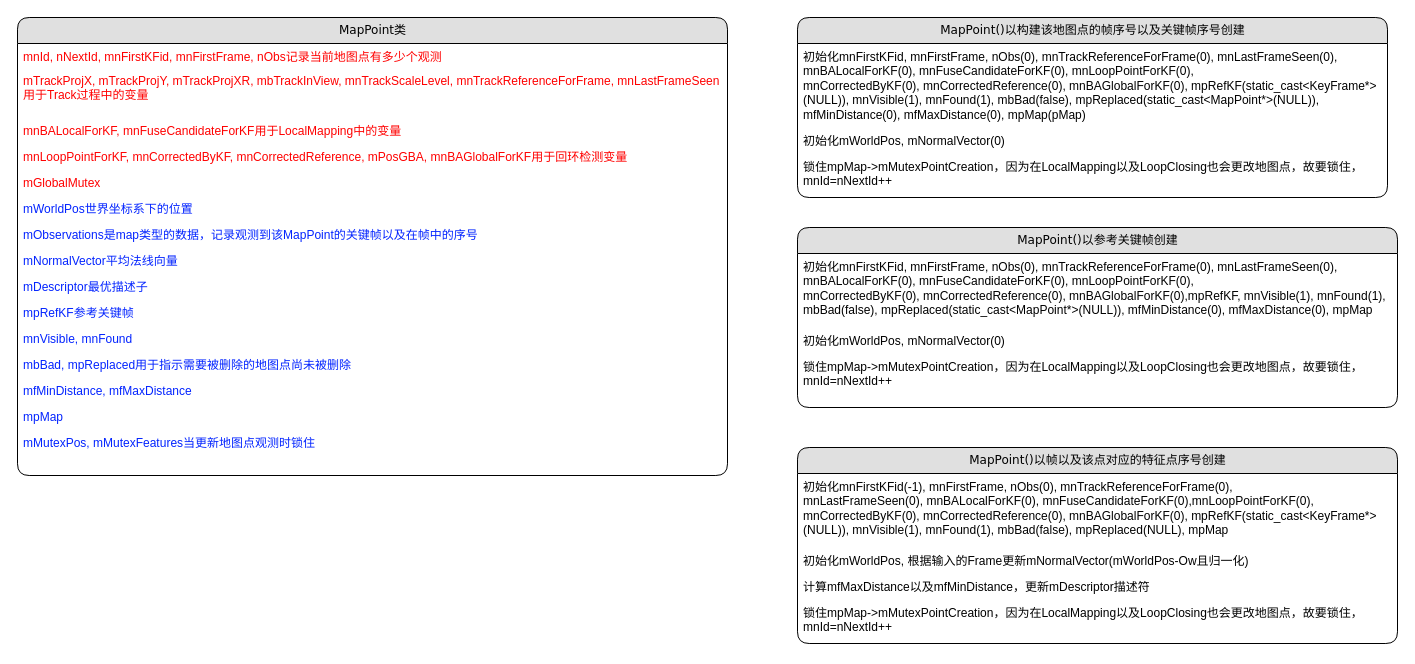
Before: page "MapPoint" (13 of 13) of Untitled Diagram.drawio in gtx818/visual-SLAM, a draw.io diagram. Source tidied: cells renumbered, new cells numbered last; positions are measured from the earlier drawing's top-left corner, leaving out a move shared by most shapes. Both pictures are drawn from the tidied source at 100%, with x=0, y=0 at pixel (17, 17).
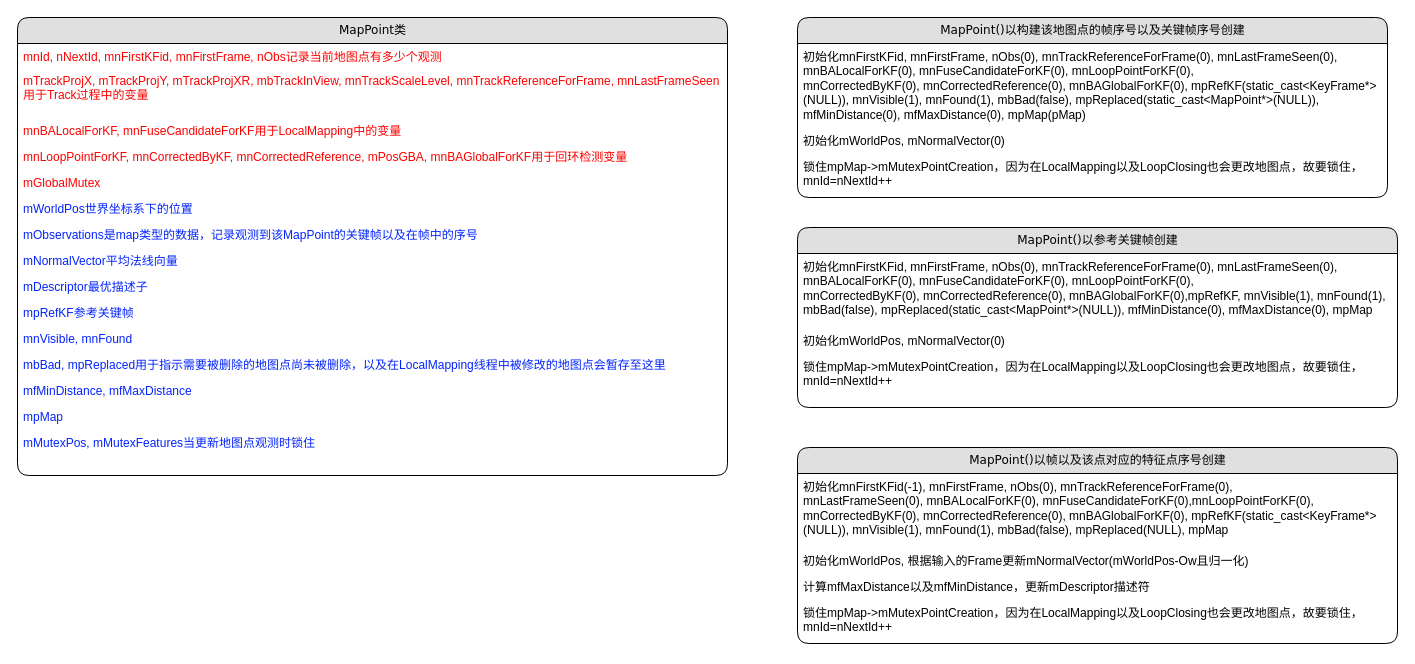
Above is the later version.

The change refers to these unchanged cells:
```xml
<mxCell id="2" value="MapPoint类" style="swimlane;html=1;fontStyle=0;horizontal=1;startSize=26;fillColor=#e0e0e0;swimlaneFillColor=#ffffff;align=center;rounded=1;shadow=0;comic=0;labelBackgroundColor=none;strokeWidth=1;fontFamily=Verdana;fontSize=12;" parent="1" vertex="1">
  <mxGeometry width="710" height="458" as="geometry" />
</mxCell>
```

The edit, as a diff of the source:
```diff
@@
-    <mxCell id="14" value="&lt;font&gt;mbBad,&amp;nbsp;mpReplaced用于指示需要被删除的地图点尚未被删除&lt;/font&gt;" style="text;html=1;strokeColor=none;fillColor=none;spacingLeft=4;spacingRight=4;whiteSpace=wrap;overflow=hidden;fontColor=#0324FF;" parent="2" vertex="1">
+    <mxCell id="14" value="&lt;font&gt;mbBad,&amp;nbsp;mpReplaced用于指示需要被删除的地图点尚未被删除，以及在LocalMapping线程中被修改的地图点会暂存至这里&lt;/font&gt;" style="text;html=1;strokeColor=none;fillColor=none;spacingLeft=4;spacingRight=4;whiteSpace=wrap;overflow=hidden;fontColor=#0324FF;" parent="2" vertex="1">
       <mxGeometry y="334" width="710" height="26" as="geometry" />
     </mxCell>
```
